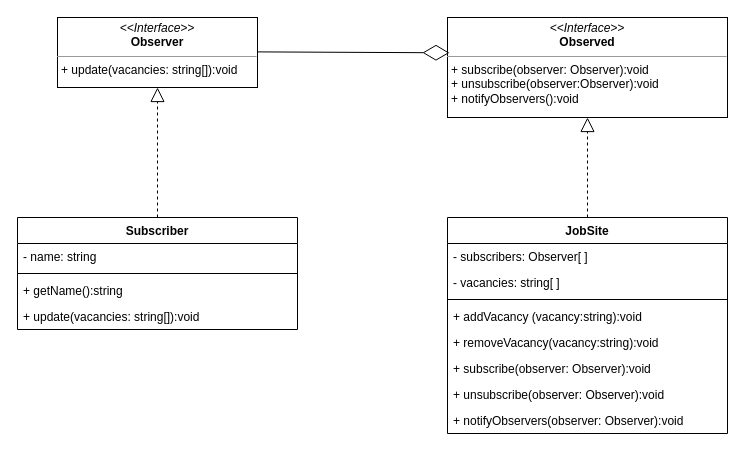
The draw.io diagram PATTERNS/Behavioral/6-Observer/src/Observer.drawio in MTONSEG/ts-learn, before the edit. Source tidied: cells renumbered, new cells numbered last; positions are measured from the earlier drawing's top-left corner, leaving out a move shared by most shapes. Both pictures are drawn from the tidied source at 100%, with x=0, y=0 at pixel (17, 17).
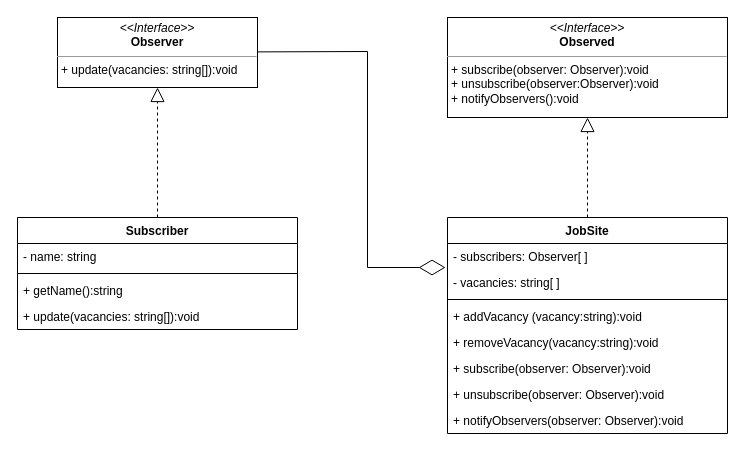
The same diagram, later.

Commit message:
update observer uml

Unchanged cells that the change refers to:
```xml
<mxCell id="4" value="&lt;p style=&quot;margin:0px;margin-top:4px;text-align:center;&quot;&gt;&lt;i&gt;&amp;lt;&amp;lt;Interface&amp;gt;&amp;gt;&lt;/i&gt;&lt;br&gt;&lt;b&gt;Observed&lt;/b&gt;&lt;/p&gt;&lt;hr size=&quot;1&quot;&gt;&lt;p style=&quot;margin:0px;margin-left:4px;&quot;&gt;+ subscribe(observer: Observer):void&lt;/p&gt;&lt;p style=&quot;margin:0px;margin-left:4px;&quot;&gt;+ unsubscribe(observer:Observer):void&lt;/p&gt;&lt;p style=&quot;margin:0px;margin-left:4px;&quot;&gt;+ notifyObservers():void&lt;/p&gt;" style="verticalAlign=top;align=left;overflow=fill;fontSize=12;fontFamily=Helvetica;html=1;" parent="1" vertex="1">
  <mxGeometry x="430" width="280" height="100" as="geometry" />
</mxCell>
<mxCell id="6" value="- subscribers: Observer[ ]" style="text;strokeColor=none;fillColor=none;align=left;verticalAlign=top;spacingLeft=4;spacingRight=4;overflow=hidden;points=[[0,0.5],[1,0.5]];portConstraint=eastwest;" parent="5" vertex="1">
  <mxGeometry y="26" width="280" height="26" as="geometry" />
</mxCell>
```

Diff of the diagram source:
```diff
@@
-    <mxCell id="19" style="endArrow=diamondThin;endFill=0;endSize=24;html=1;rounded=0;entryX=0.007;entryY=0.353;entryDx=0;entryDy=0;entryPerimeter=0;" parent="1" edge="1" target="4">
+    <mxCell id="19" style="endArrow=diamondThin;endFill=0;endSize=24;html=1;rounded=0;entryX=-0.007;entryY=0.923;entryDx=0;entryDy=0;entryPerimeter=0;" parent="1" edge="1" target="6">
       <mxGeometry relative="1" as="geometry">
         <mxPoint x="240" y="34.4" as="sourcePoint" />
+        <Array as="points">
+          <mxPoint x="350" y="34" />
+          <mxPoint x="350" y="250" />
+        </Array>
       </mxGeometry>
     </mxCell>
```
